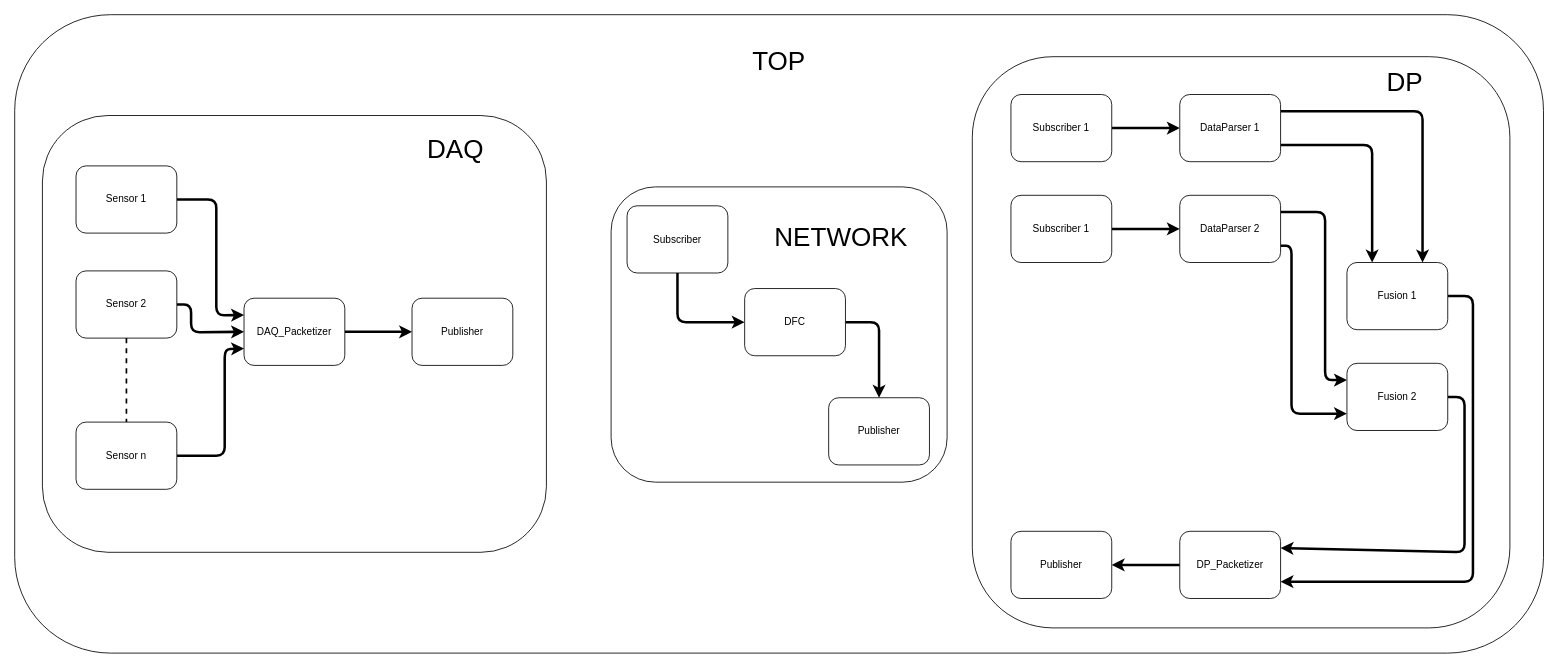
Sasisekhar/DAQ_DP_Networking keeps this draw.io diagram as Docs/BlockDiagram_SIM.drawio. Above is the earlier version. Source tidied: cells renumbered, new cells numbered last; positions are measured from the earlier drawing's top-left corner, leaving out a move shared by most shapes. Both pictures are drawn from the tidied source at 84%, with x=0, y=0 at pixel (14, 14).
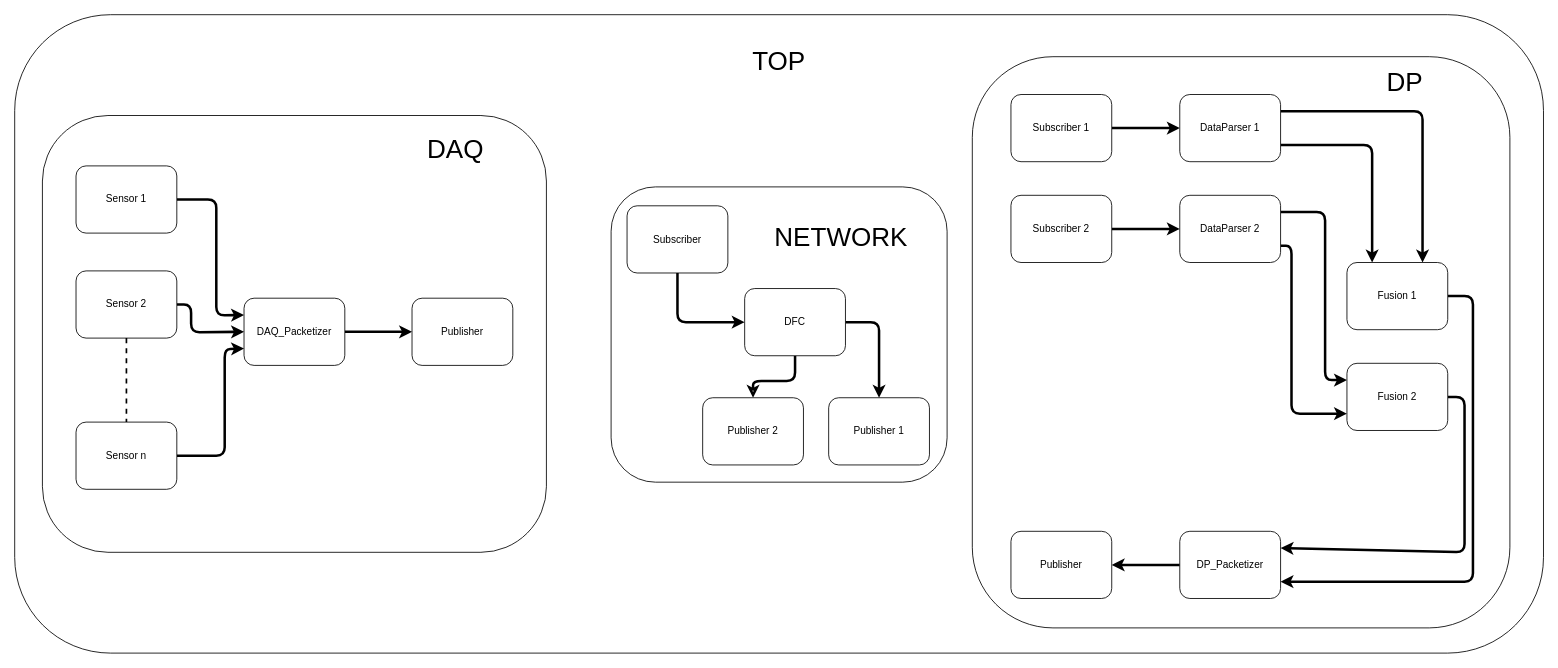
The same page after the edit.

Commit message (it also covers changes not shown here):
Modify NETWORK in BD_SIM

Unchanged cells that the change refers to:
```xml
<mxCell id="39" value="DFC" style="rounded=1;whiteSpace=wrap;html=1;strokeWidth=1;" parent="1" vertex="1">
  <mxGeometry x="869" y="326" width="120" height="80" as="geometry" />
</mxCell>
```

The edit, as a diff of the source:
```diff
@@
-    <mxCell id="36" value="Publisher" style="rounded=1;whiteSpace=wrap;html=1;strokeWidth=1;" parent="1" vertex="1">
+    <mxCell id="36" value="Publisher 1" style="rounded=1;whiteSpace=wrap;html=1;strokeWidth=1;" parent="1" vertex="1">
       <mxGeometry x="969" y="456" width="120" height="80" as="geometry" />
     </mxCell>
@@
+    <mxCell id="42" style="edgeStyle=none;html=1;entryX=0.5;entryY=0;entryDx=0;entryDy=0;endArrow=classic;endFill=0;strokeWidth=3;exitX=0.5;exitY=1;exitDx=0;exitDy=0;" parent="1" edge="1" source="39" target="43">
+      <mxGeometry relative="1" as="geometry">
+        <Array as="points">
+          <mxPoint x="929" y="436" />
+          <mxPoint x="879" y="436" />
+        </Array>
+      </mxGeometry>
+    </mxCell>
@@
-    <mxCell id="41" value="Subscriber 1" style="rounded=1;whiteSpace=wrap;html=1;strokeWidth=1;" parent="1" vertex="1">
+    <mxCell id="41" value="Subscriber 2" style="rounded=1;whiteSpace=wrap;html=1;strokeWidth=1;" parent="1" vertex="1">
       <mxGeometry x="1186" y="215" width="120" height="80" as="geometry" />
     </mxCell>
+    <mxCell id="43" value="Publisher 2" style="rounded=1;whiteSpace=wrap;html=1;strokeWidth=1;" parent="1" vertex="1">
+      <mxGeometry x="819" y="456" width="120" height="80" as="geometry" />
+    </mxCell>
```
